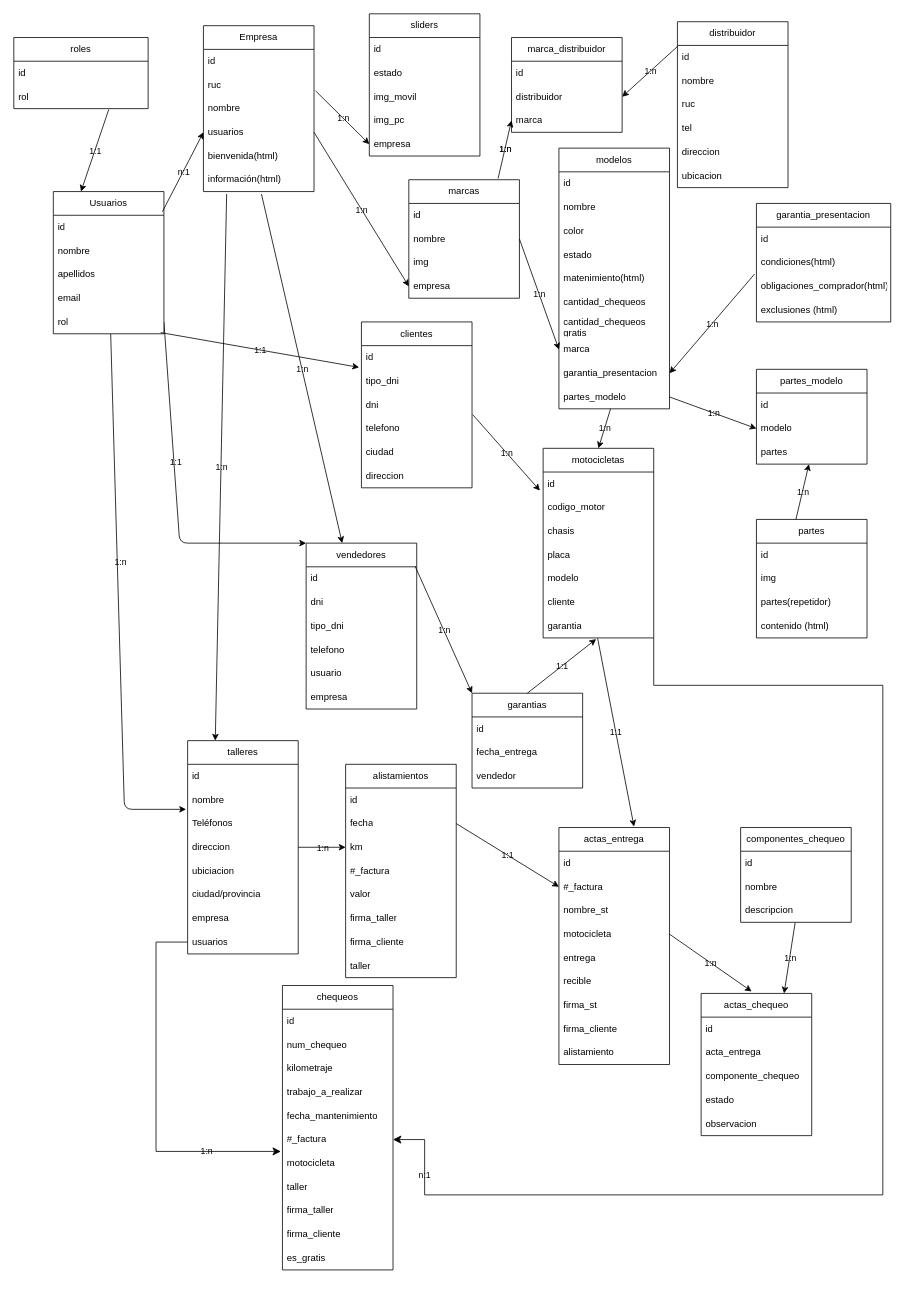
Earlier version of the draw.io diagram bd.drawio (JaviKo500/motocycle_model). Source tidied: cells renumbered, new cells numbered last; positions are measured from the earlier drawing's top-left corner, leaving out a move shared by most shapes. Both pictures are drawn from the tidied source at 79%, with x=0, y=0 at pixel (13, 13).
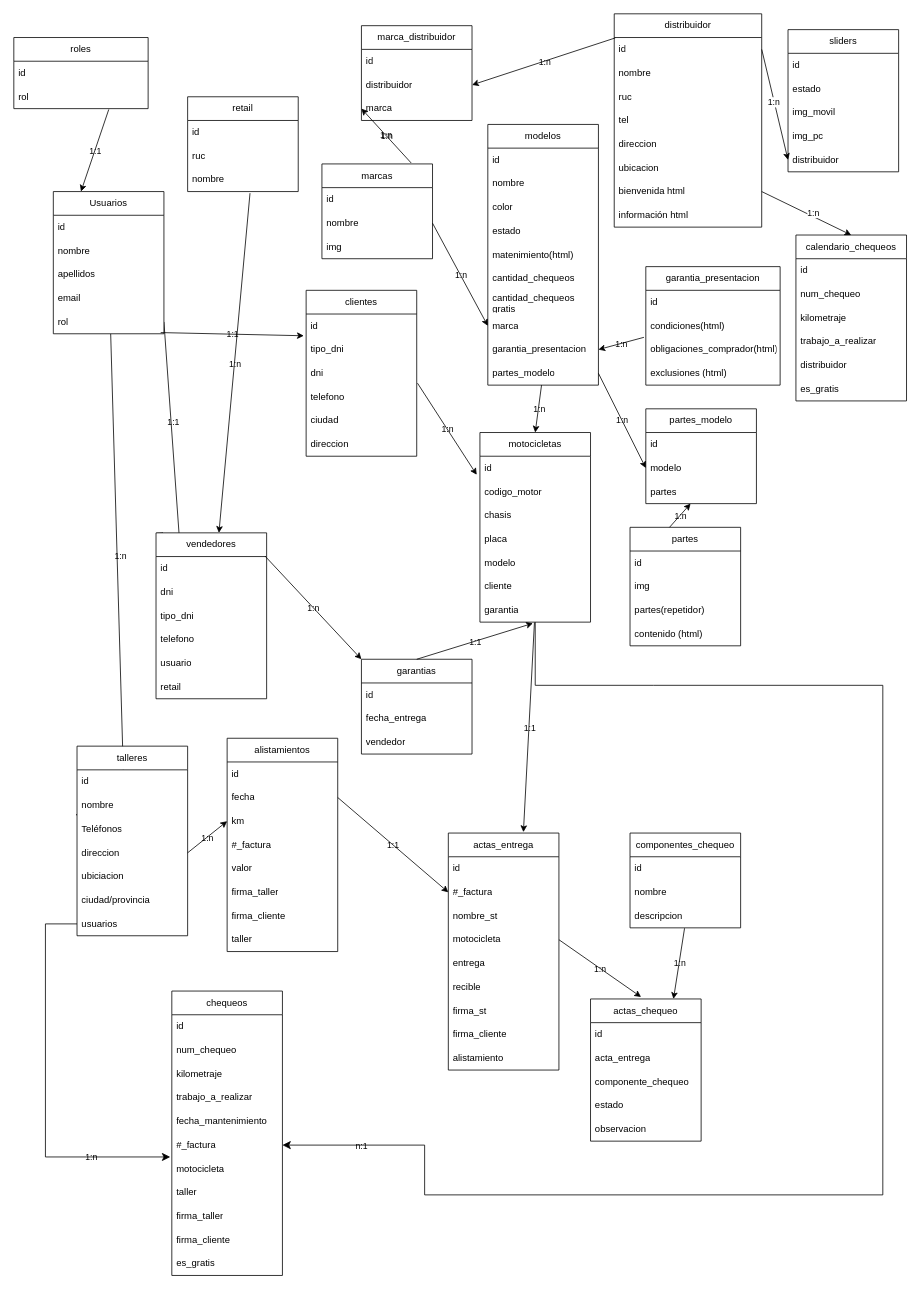
Above is the later version.

The change refers to these unchanged cells:
```xml
<mxCell id="4" value="ruc" style="text;strokeColor=none;fillColor=none;align=left;verticalAlign=middle;spacingLeft=4;spacingRight=4;overflow=hidden;points=[[0,0.5],[1,0.5]];portConstraint=eastwest;whiteSpace=wrap;html=1;labelBackgroundColor=none;labelBorderColor=none;swimlaneFillColor=default;" parent="2" vertex="1">
  <mxGeometry y="60" width="140" height="30" as="geometry" />
</mxCell>
<mxCell id="5" value="nombre" style="text;strokeColor=none;fillColor=none;align=left;verticalAlign=middle;spacingLeft=4;spacingRight=4;overflow=hidden;points=[[0,0.5],[1,0.5]];portConstraint=eastwest;whiteSpace=wrap;html=1;labelBackgroundColor=none;labelBorderColor=none;swimlaneFillColor=default;" parent="2" vertex="1">
  <mxGeometry y="90" width="140" height="30" as="geometry" />
</mxCell>
<mxCell id="22" value="id" style="text;strokeColor=none;fillColor=none;align=left;verticalAlign=middle;spacingLeft=4;spacingRight=4;overflow=hidden;points=[[0,0.5],[1,0.5]];portConstraint=eastwest;whiteSpace=wrap;html=1;labelBackgroundColor=none;labelBorderColor=none;swimlaneFillColor=default;" parent="21" vertex="1">
  <mxGeometry y="30" width="140" height="30" as="geometry" />
</mxCell>
<mxCell id="184" value="motocicleta" style="text;strokeColor=none;fillColor=none;align=left;verticalAlign=middle;spacingLeft=4;spacingRight=4;overflow=hidden;points=[[0,0.5],[1,0.5]];portConstraint=eastwest;whiteSpace=wrap;html=1;labelBackgroundColor=none;labelBorderColor=none;swimlaneFillColor=default;" parent="177" vertex="1">
  <mxGeometry y="210" width="140" height="30" as="geometry" />
</mxCell>
```

Change to the diagram source:
```diff
@@
-    <mxCell id="2" value="Empresa" style="swimlane;fontStyle=0;horizontal=1;startSize=30;whiteSpace=wrap;html=1;labelBackgroundColor=none;labelBorderColor=none;swimlaneFillColor=default;" parent="1" vertex="1">
-      <mxGeometry x="240" y="15" width="140" height="210" as="geometry" />
+    <mxCell id="2" value="retail" style="swimlane;fontStyle=0;horizontal=1;startSize=30;whiteSpace=wrap;html=1;labelBackgroundColor=none;labelBorderColor=none;swimlaneFillColor=default;" parent="1" vertex="1">
+      <mxGeometry x="220" y="105" width="140" height="120" as="geometry" />
     </mxCell>
@@
-    <mxCell id="6" value="usuarios" style="text;strokeColor=none;fillColor=none;align=left;verticalAlign=middle;spacingLeft=4;spacingRight=4;overflow=hidden;points=[[0,0.5],[1,0.5]];portConstraint=eastwest;whiteSpace=wrap;html=1;labelBackgroundColor=none;labelBorderColor=none;swimlaneFillColor=default;" parent="2" vertex="1">
-      <mxGeometry y="120" width="140" height="30" as="geometry" />
-    </mxCell>
-    <mxCell id="7" value="bienvenida(html)" style="text;strokeColor=none;fillColor=none;align=left;verticalAlign=middle;spacingLeft=4;spacingRight=4;overflow=hidden;whiteSpace=wrap;html=1;labelBackgroundColor=none;labelBorderColor=none;swimlaneFillColor=default;" parent="2" vertex="1">
-      <mxGeometry y="150" width="140" height="30" as="geometry" />
-    </mxCell>
-    <mxCell id="8" value="información(html)" style="text;strokeColor=none;fillColor=none;align=left;verticalAlign=middle;spacingLeft=4;spacingRight=4;overflow=hidden;whiteSpace=wrap;html=1;labelBackgroundColor=none;labelBorderColor=none;swimlaneFillColor=default;" parent="2" vertex="1">
-      <mxGeometry y="180" width="140" height="30" as="geometry" />
-    </mxCell>
     <mxCell id="9" value="sliders" style="swimlane;fontStyle=0;horizontal=1;startSize=30;whiteSpace=wrap;html=1;labelBackgroundColor=none;labelBorderColor=none;rounded=0;shadow=0;gradientColor=none;swimlaneFillColor=default;" parent="1" vertex="1">
-      <mxGeometry x="450" width="140" height="180" as="geometry" />
+      <mxGeometry x="980" y="20" width="140" height="180" as="geometry" />
     </mxCell>
@@
-    <mxCell id="14" value="empresa" style="text;strokeColor=none;fillColor=none;align=left;verticalAlign=middle;spacingLeft=4;spacingRight=4;overflow=hidden;points=[[0,0.5],[1,0.5]];portConstraint=eastwest;whiteSpace=wrap;html=1;labelBackgroundColor=none;labelBorderColor=none;swimlaneFillColor=default;" parent="9" vertex="1">
+    <mxCell id="14" value="distribuidor" style="text;strokeColor=none;fillColor=none;align=left;verticalAlign=middle;spacingLeft=4;spacingRight=4;overflow=hidden;points=[[0,0.5],[1,0.5]];portConstraint=eastwest;whiteSpace=wrap;html=1;labelBackgroundColor=none;labelBorderColor=none;swimlaneFillColor=default;" parent="9" vertex="1">
       <mxGeometry y="150" width="140" height="30" as="geometry" />
     </mxCell>
-    <mxCell id="15" style="endArrow=classic;html=1;exitX=1.014;exitY=0.75;exitDx=0;exitDy=0;exitPerimeter=0;entryX=0;entryY=0.5;entryDx=0;entryDy=0;labelBackgroundColor=none;labelBorderColor=none;" parent="1" edge="1" source="4" target="14">
-      <mxGeometry relative="1" as="geometry" />
-    </mxCell>
-    <mxCell id="16" value="1:n" style="edgeLabel;html=1;align=center;verticalAlign=middle;labelBackgroundColor=none;labelBorderColor=none;" parent="15" vertex="1">
-      <mxGeometry relative="1" as="geometry" />
-    </mxCell>
@@
-    <mxCell id="27" style="endArrow=classic;html=1;exitX=0.986;exitY=-0.15;exitDx=0;exitDy=0;exitPerimeter=0;entryX=0;entryY=0.5;entryDx=0;entryDy=0;labelBackgroundColor=none;labelBorderColor=none;" parent="1" edge="1" source="22" target="6">
-      <mxGeometry relative="1" as="geometry" />
-    </mxCell>
-    <mxCell id="28" value="n:1" style="edgeLabel;html=1;align=center;verticalAlign=middle;labelBackgroundColor=none;labelBorderColor=none;" parent="27" vertex="1">
-      <mxGeometry relative="1" as="geometry" />
-    </mxCell>
@@
     <mxCell id="34" value="marcas" style="swimlane;fontStyle=0;horizontal=1;startSize=30;whiteSpace=wrap;html=1;labelBackgroundColor=none;labelBorderColor=none;swimlaneFillColor=default;" parent="1" vertex="1">
-      <mxGeometry x="500" y="210" width="140" height="150" as="geometry" />
+      <mxGeometry x="390" y="190" width="140" height="120" as="geometry" />
     </mxCell>
@@
-    <mxCell id="38" value="empresa" style="text;strokeColor=none;fillColor=none;align=left;verticalAlign=middle;spacingLeft=4;spacingRight=4;overflow=hidden;points=[[0,0.5],[1,0.5]];portConstraint=eastwest;whiteSpace=wrap;html=1;labelBackgroundColor=none;labelBorderColor=none;swimlaneFillColor=default;" parent="34" vertex="1">
-      <mxGeometry y="120" width="140" height="30" as="geometry" />
-    </mxCell>
-    <mxCell id="39" style="endArrow=classic;html=1;exitX=1;exitY=0.5;exitDx=0;exitDy=0;entryX=0;entryY=0.5;entryDx=0;entryDy=0;labelBackgroundColor=none;labelBorderColor=none;" parent="1" edge="1" source="6" target="38">
-      <mxGeometry relative="1" as="geometry" />
-    </mxCell>
-    <mxCell id="40" value="1:n" style="edgeLabel;html=1;align=center;verticalAlign=middle;labelBackgroundColor=none;labelBorderColor=none;" parent="39" vertex="1">
-      <mxGeometry relative="1" as="geometry" />
-    </mxCell>
     <mxCell id="41" value="distribuidor" style="swimlane;fontStyle=0;horizontal=1;startSize=30;whiteSpace=wrap;html=1;labelBackgroundColor=none;labelBorderColor=none;swimlaneFillColor=default;" parent="1" vertex="1">
-      <mxGeometry x="840" y="10" width="140" height="210" as="geometry" />
+      <mxGeometry x="760" width="186.7" height="270" as="geometry" />
     </mxCell>
     <mxCell id="42" value="id" style="text;strokeColor=none;fillColor=none;align=left;verticalAlign=middle;spacingLeft=4;spacingRight=4;overflow=hidden;points=[[0,0.5],[1,0.5]];portConstraint=eastwest;whiteSpace=wrap;html=1;labelBackgroundColor=none;labelBorderColor=none;swimlaneFillColor=default;" parent="41" vertex="1">
-      <mxGeometry y="30" width="140" height="30" as="geometry" />
+      <mxGeometry y="30" width="186.7" height="30" as="geometry" />
     </mxCell>
     <mxCell id="43" value="nombre" style="text;strokeColor=none;fillColor=none;align=left;verticalAlign=middle;spacingLeft=4;spacingRight=4;overflow=hidden;whiteSpace=wrap;html=1;labelBackgroundColor=none;labelBorderColor=none;swimlaneFillColor=default;" parent="41" vertex="1">
-      <mxGeometry y="60" width="140" height="30" as="geometry" />
+      <mxGeometry y="60" width="186.7" height="30" as="geometry" />
     </mxCell>
     <mxCell id="44" value="ruc" style="text;strokeColor=none;fillColor=none;align=left;verticalAlign=middle;spacingLeft=4;spacingRight=4;overflow=hidden;whiteSpace=wrap;html=1;labelBackgroundColor=none;labelBorderColor=none;swimlaneFillColor=default;" parent="41" vertex="1">
-      <mxGeometry y="90" width="140" height="30" as="geometry" />
+      <mxGeometry y="90" width="186.7" height="30" as="geometry" />
     </mxCell>
     <mxCell id="45" value="tel" style="text;strokeColor=none;fillColor=none;align=left;verticalAlign=middle;spacingLeft=4;spacingRight=4;overflow=hidden;whiteSpace=wrap;html=1;labelBackgroundColor=none;labelBorderColor=none;swimlaneFillColor=default;" parent="41" vertex="1">
-      <mxGeometry y="120" width="140" height="30" as="geometry" />
+      <mxGeometry y="120" width="186.7" height="30" as="geometry" />
     </mxCell>
     <mxCell id="46" value="direccion" style="text;strokeColor=none;fillColor=none;align=left;verticalAlign=middle;spacingLeft=4;spacingRight=4;overflow=hidden;whiteSpace=wrap;html=1;labelBackgroundColor=none;labelBorderColor=none;swimlaneFillColor=default;" parent="41" vertex="1">
-      <mxGeometry y="150" width="140" height="30" as="geometry" />
+      <mxGeometry y="150" width="186.7" height="30" as="geometry" />
     </mxCell>
     <mxCell id="47" value="ubicacion" style="text;strokeColor=none;fillColor=none;align=left;verticalAlign=middle;spacingLeft=4;spacingRight=4;overflow=hidden;whiteSpace=wrap;html=1;labelBackgroundColor=none;labelBorderColor=none;swimlaneFillColor=default;" parent="41" vertex="1">
-      <mxGeometry y="180" width="140" height="30" as="geometry" />
+      <mxGeometry y="180" width="186.7" height="30" as="geometry" />
     </mxCell>
+    <mxCell id="193" value="bienvenida html" style="text;strokeColor=none;fillColor=none;align=left;verticalAlign=middle;spacingLeft=4;spacingRight=4;overflow=hidden;points=[[0,0.5],[1,0.5]];portConstraint=eastwest;whiteSpace=wrap;html=1;labelBackgroundColor=none;labelBorderColor=none;swimlaneFillColor=default;" parent="41" vertex="1">
+      <mxGeometry y="210" width="186.7" height="30" as="geometry" />
+    </mxCell>
+    <mxCell id="194" value="información html" style="text;strokeColor=none;fillColor=none;align=left;verticalAlign=middle;spacingLeft=4;spacingRight=4;overflow=hidden;whiteSpace=wrap;html=1;labelBackgroundColor=none;labelBorderColor=none;swimlaneFillColor=default;" parent="41" vertex="1">
+      <mxGeometry y="240" width="186.7" height="30" as="geometry" />
+    </mxCell>
     <mxCell id="48" value="marca_distribuidor" style="swimlane;fontStyle=0;horizontal=1;startSize=30;whiteSpace=wrap;html=1;labelBackgroundColor=none;labelBorderColor=none;swimlaneFillColor=default;" parent="1" vertex="1">
-      <mxGeometry x="630" y="30" width="140" height="120" as="geometry" />
+      <mxGeometry x="440" y="15" width="140" height="120" as="geometry" />
     </mxCell>
@@
     <mxCell id="56" value="modelos" style="swimlane;fontStyle=0;horizontal=1;startSize=30;whiteSpace=wrap;html=1;labelBackgroundColor=none;labelBorderColor=none;swimlaneFillColor=default;" parent="1" vertex="1">
-      <mxGeometry x="690" y="170" width="140" height="330" as="geometry" />
+      <mxGeometry x="600" y="140" width="140" height="330" as="geometry" />
     </mxCell>
@@
     <mxCell id="69" value="garantia_presentacion" style="swimlane;fontStyle=0;horizontal=1;startSize=30;whiteSpace=wrap;html=1;labelBackgroundColor=none;labelBorderColor=none;swimlaneFillColor=default;" parent="1" vertex="1">
-      <mxGeometry x="940" y="240" width="170" height="150" as="geometry" />
+      <mxGeometry x="800" y="320" width="170" height="150" as="geometry" />
     </mxCell>
@@
     <mxCell id="76" value="partes" style="swimlane;fontStyle=0;horizontal=1;startSize=30;whiteSpace=wrap;html=1;labelBackgroundColor=none;labelBorderColor=none;swimlaneFillColor=default;" parent="1" vertex="1">
-      <mxGeometry x="940" y="640" width="140" height="150" as="geometry" />
+      <mxGeometry x="780" y="650" width="140" height="150" as="geometry" />
     </mxCell>
@@
     <mxCell id="81" value="partes_modelo" style="swimlane;fontStyle=0;horizontal=1;startSize=30;whiteSpace=wrap;html=1;labelBackgroundColor=none;labelBorderColor=none;swimlaneFillColor=default;" parent="1" vertex="1">
-      <mxGeometry x="940" y="450" width="140" height="120" as="geometry" />
+      <mxGeometry x="800" y="500" width="140" height="120" as="geometry" />
     </mxCell>
@@
     <mxCell id="89" value="vendedores" style="swimlane;fontStyle=0;horizontal=1;startSize=30;whiteSpace=wrap;html=1;labelBackgroundColor=none;labelBorderColor=none;swimlaneFillColor=default;" parent="1" vertex="1">
-      <mxGeometry x="370" y="670" width="140" height="210" as="geometry" />
+      <mxGeometry x="180" y="657" width="140" height="210" as="geometry" />
     </mxCell>
@@
-    <mxCell id="95" value="empresa" style="text;strokeColor=none;fillColor=none;align=left;verticalAlign=middle;spacingLeft=4;spacingRight=4;overflow=hidden;whiteSpace=wrap;html=1;labelBackgroundColor=none;labelBorderColor=none;swimlaneFillColor=default;" parent="89" vertex="1">
+    <mxCell id="95" value="retail" style="text;strokeColor=none;fillColor=none;align=left;verticalAlign=middle;spacingLeft=4;spacingRight=4;overflow=hidden;whiteSpace=wrap;html=1;labelBackgroundColor=none;labelBorderColor=none;swimlaneFillColor=default;" parent="89" vertex="1">
       <mxGeometry y="180" width="140" height="30" as="geometry" />
     </mxCell>
-    <mxCell id="96" style="endArrow=classic;html=1;exitX=0.524;exitY=1.1;exitDx=0;exitDy=0;exitPerimeter=0;labelBackgroundColor=none;labelBorderColor=none;" parent="1" edge="1" target="89">
-      <mxGeometry relative="1" as="geometry">
-        <mxPoint x="313.4" y="228" as="sourcePoint" />
-      </mxGeometry>
+    <mxCell id="96" style="endArrow=classic;html=1;exitX=0.564;exitY=1.067;exitDx=0;exitDy=0;exitPerimeter=0;labelBackgroundColor=none;labelBorderColor=none;" parent="1" edge="1" source="5" target="89">
+      <mxGeometry relative="1" as="geometry" />
     </mxCell>
@@
     <mxCell id="98" value="talleres" style="swimlane;fontStyle=0;horizontal=1;startSize=30;whiteSpace=wrap;html=1;labelBackgroundColor=none;labelBorderColor=none;swimlaneFillColor=default;" parent="1" vertex="1">
-      <mxGeometry x="220" y="920" width="140" height="270" as="geometry" />
+      <mxGeometry x="80" y="927" width="140" height="240" as="geometry" />
     </mxCell>
@@
-    <mxCell id="105" value="empresa" style="text;strokeColor=none;fillColor=none;align=left;verticalAlign=middle;spacingLeft=4;spacingRight=4;overflow=hidden;whiteSpace=wrap;html=1;labelBackgroundColor=none;labelBorderColor=none;swimlaneFillColor=default;" parent="98" vertex="1">
-      <mxGeometry y="210" width="140" height="30" as="geometry" />
-    </mxCell>
     <mxCell id="106" value="usuarios" style="text;strokeColor=none;fillColor=none;align=left;verticalAlign=middle;spacingLeft=4;spacingRight=4;overflow=hidden;points=[[0,0.5],[1,0.5]];portConstraint=eastwest;whiteSpace=wrap;html=1;labelBackgroundColor=none;labelBorderColor=none;swimlaneFillColor=default;" parent="98" vertex="1">
-      <mxGeometry y="240" width="140" height="30" as="geometry" />
+      <mxGeometry y="210" width="140" height="30" as="geometry" />
     </mxCell>
-    <mxCell id="107" style="endArrow=classic;html=1;entryX=0.25;entryY=0;entryDx=0;entryDy=0;exitX=0.21;exitY=1.1;exitDx=0;exitDy=0;exitPerimeter=0;labelBackgroundColor=none;labelBorderColor=none;" parent="1" edge="1" target="98">
-      <mxGeometry relative="1" as="geometry">
-        <mxPoint x="269.4" y="228" as="sourcePoint" />
-      </mxGeometry>
-    </mxCell>
-    <mxCell id="108" value="1:n" style="edgeLabel;html=1;align=center;verticalAlign=middle;labelBackgroundColor=none;labelBorderColor=none;" parent="107" vertex="1">
-      <mxGeometry relative="1" as="geometry" />
-    </mxCell>
     <mxCell id="109" value="motocicletas" style="swimlane;fontStyle=0;horizontal=1;startSize=30;whiteSpace=wrap;html=1;labelBackgroundColor=none;labelBorderColor=none;swimlaneFillColor=default;" parent="1" vertex="1">
-      <mxGeometry x="670" y="550" width="140" height="240" as="geometry" />
+      <mxGeometry x="590" y="530" width="140" height="240" as="geometry" />
     </mxCell>
@@
     <mxCell id="117" value="clientes" style="swimlane;fontStyle=0;horizontal=1;startSize=30;whiteSpace=wrap;html=1;labelBackgroundColor=none;labelBorderColor=none;swimlaneFillColor=default;" parent="1" vertex="1">
-      <mxGeometry x="440" y="390" width="140" height="210" as="geometry" />
+      <mxGeometry x="370" y="350" width="140" height="210" as="geometry" />
     </mxCell>
@@
     <mxCell id="130" value="garantias" style="swimlane;fontStyle=0;horizontal=1;startSize=30;whiteSpace=wrap;html=1;labelBackgroundColor=none;labelBorderColor=none;swimlaneFillColor=default;" parent="1" vertex="1">
-      <mxGeometry x="580" y="860" width="140" height="120" as="geometry" />
+      <mxGeometry x="440" y="817" width="140" height="120" as="geometry" />
     </mxCell>
@@
     <mxCell id="138" value="alistamientos" style="swimlane;fontStyle=0;horizontal=1;startSize=30;whiteSpace=wrap;html=1;labelBackgroundColor=none;labelBorderColor=none;swimlaneFillColor=default;" parent="1" vertex="1">
-      <mxGeometry x="420" y="950" width="140" height="270" as="geometry" />
+      <mxGeometry x="270" y="917" width="140" height="270" as="geometry" />
     </mxCell>
@@
     <mxCell id="147" value="actas_entrega" style="swimlane;fontStyle=0;horizontal=1;startSize=30;whiteSpace=wrap;html=1;labelBackgroundColor=none;labelBorderColor=none;swimlaneFillColor=default;" parent="1" vertex="1">
-      <mxGeometry x="690" y="1030" width="140" height="300" as="geometry" />
+      <mxGeometry x="550" y="1037" width="140" height="300" as="geometry" />
     </mxCell>
@@
     <mxCell id="157" value="componentes_chequeo" style="swimlane;fontStyle=0;horizontal=1;startSize=30;whiteSpace=wrap;html=1;labelBackgroundColor=none;labelBorderColor=none;swimlaneFillColor=default;" parent="1" vertex="1">
-      <mxGeometry x="920" y="1030" width="140" height="120" as="geometry" />
+      <mxGeometry x="780" y="1037" width="140" height="120" as="geometry" />
     </mxCell>
@@
     <mxCell id="161" value="actas_chequeo" style="swimlane;fontStyle=0;horizontal=1;startSize=30;whiteSpace=wrap;html=1;labelBackgroundColor=none;labelBorderColor=none;swimlaneFillColor=default;" parent="1" vertex="1">
-      <mxGeometry x="870" y="1240" width="140" height="180" as="geometry" />
+      <mxGeometry x="730" y="1247" width="140" height="180" as="geometry" />
     </mxCell>
@@
     <mxCell id="177" value="chequeos" style="swimlane;fontStyle=0;horizontal=1;startSize=30;whiteSpace=wrap;html=1;labelBackgroundColor=none;labelBorderColor=none;swimlaneFillColor=default;" parent="1" vertex="1">
-      <mxGeometry x="340" y="1230" width="140" height="360" as="geometry" />
+      <mxGeometry x="200" y="1237" width="140" height="360" as="geometry" />
     </mxCell>
@@
     <mxCell id="191" style="edgeStyle=elbowEdgeStyle;elbow=horizontal;endArrow=classic;html=1;curved=0;rounded=0;endSize=8;startSize=8;exitX=0;exitY=0.5;exitDx=0;exitDy=0;entryX=-0.014;entryY=0;entryDx=0;entryDy=0;entryPerimeter=0;labelBackgroundColor=none;labelBorderColor=none;" parent="1" edge="1" source="106" target="184">
       <mxGeometry relative="1" as="geometry">
         <Array as="points">
-          <mxPoint x="180" y="1400" />
+          <mxPoint x="40" y="1407" />
         </Array>
       </mxGeometry>
     </mxCell>
@@
+    <mxCell id="195" style="edgeStyle=none;html=1;entryX=0;entryY=0.5;entryDx=0;entryDy=0;exitX=1;exitY=0.5;exitDx=0;exitDy=0;" parent="1" edge="1" source="42" target="14">
+      <mxGeometry relative="1" as="geometry" />
+    </mxCell>
+    <mxCell id="196" value="1:n" style="edgeLabel;html=1;align=center;verticalAlign=middle;" parent="195" vertex="1">
+      <mxGeometry x="-0.05" y="-1" relative="1" as="geometry" />
+    </mxCell>
+    <mxCell id="197" value="calendario_chequeos" style="swimlane;fontStyle=0;horizontal=1;startSize=30;whiteSpace=wrap;html=1;labelBackgroundColor=none;labelBorderColor=none;swimlaneFillColor=default;" parent="1" vertex="1">
+      <mxGeometry x="990" y="280" width="140" height="210" as="geometry" />
+    </mxCell>
+    <mxCell id="198" value="id" style="text;strokeColor=none;fillColor=none;align=left;verticalAlign=middle;spacingLeft=4;spacingRight=4;overflow=hidden;whiteSpace=wrap;html=1;labelBackgroundColor=none;labelBorderColor=none;swimlaneFillColor=default;" parent="197" vertex="1">
+      <mxGeometry y="30" width="140" height="30" as="geometry" />
+    </mxCell>
+    <mxCell id="199" value="num_chequeo" style="text;strokeColor=none;fillColor=none;align=left;verticalAlign=middle;spacingLeft=4;spacingRight=4;overflow=hidden;whiteSpace=wrap;html=1;labelBackgroundColor=none;labelBorderColor=none;swimlaneFillColor=default;" parent="197" vertex="1">
+      <mxGeometry y="60" width="140" height="30" as="geometry" />
+    </mxCell>
+    <mxCell id="200" value="kilometraje" style="text;strokeColor=none;fillColor=none;align=left;verticalAlign=middle;spacingLeft=4;spacingRight=4;overflow=hidden;whiteSpace=wrap;html=1;labelBackgroundColor=none;labelBorderColor=none;swimlaneFillColor=default;" parent="197" vertex="1">
+      <mxGeometry y="90" width="140" height="30" as="geometry" />
+    </mxCell>
+    <mxCell id="201" value="trabajo_a_realizar" style="text;strokeColor=none;fillColor=none;align=left;verticalAlign=middle;spacingLeft=4;spacingRight=4;overflow=hidden;whiteSpace=wrap;html=1;labelBackgroundColor=none;labelBorderColor=none;swimlaneFillColor=default;" parent="197" vertex="1">
+      <mxGeometry y="120" width="140" height="30" as="geometry" />
+    </mxCell>
+    <mxCell id="202" value="distribuidor" style="text;strokeColor=none;fillColor=none;align=left;verticalAlign=middle;spacingLeft=4;spacingRight=4;overflow=hidden;whiteSpace=wrap;html=1;labelBackgroundColor=none;labelBorderColor=none;swimlaneFillColor=default;" parent="197" vertex="1">
+      <mxGeometry y="150" width="140" height="30" as="geometry" />
+    </mxCell>
+    <mxCell id="203" value="es_gratis" style="text;strokeColor=none;fillColor=none;align=left;verticalAlign=middle;spacingLeft=4;spacingRight=4;overflow=hidden;whiteSpace=wrap;html=1;labelBackgroundColor=none;labelBorderColor=none;swimlaneFillColor=default;" parent="197" vertex="1">
+      <mxGeometry y="180" width="140" height="30" as="geometry" />
+    </mxCell>
+    <mxCell id="204" style="edgeStyle=none;html=1;exitX=1;exitY=0.5;exitDx=0;exitDy=0;entryX=0.5;entryY=0;entryDx=0;entryDy=0;" parent="1" edge="1" source="193" target="197">
+      <mxGeometry relative="1" as="geometry" />
+    </mxCell>
+    <mxCell id="205" value="1:n" style="edgeLabel;html=1;align=center;verticalAlign=middle;" parent="204" vertex="1">
+      <mxGeometry x="0.13" y="5" relative="1" as="geometry">
+        <mxPoint x="-1" as="offset" />
+      </mxGeometry>
+    </mxCell>
```
